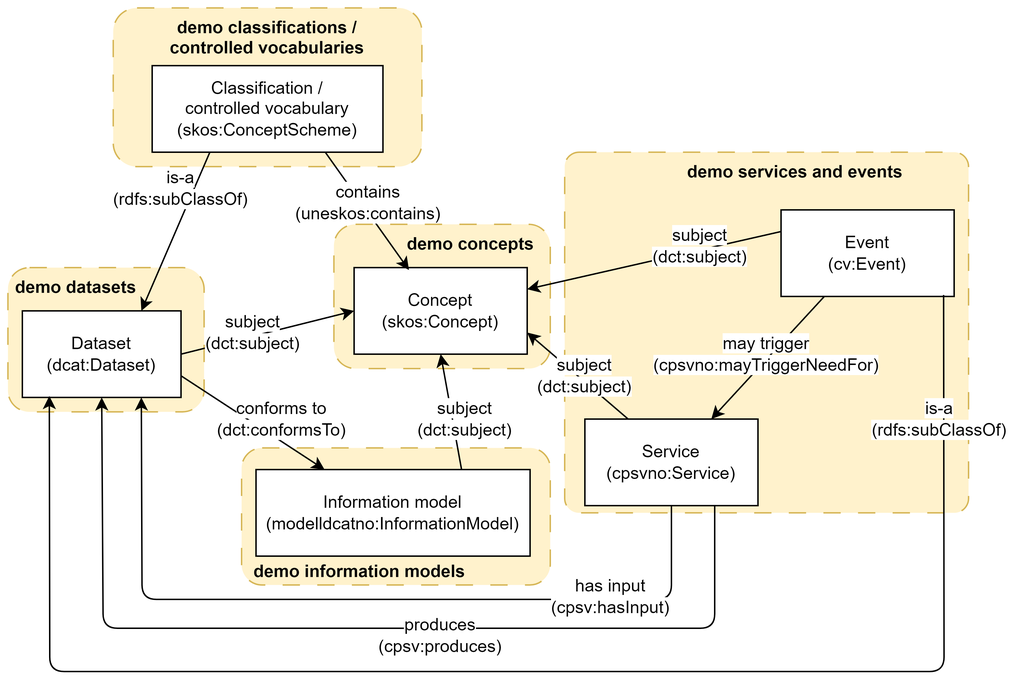
Earlier version of the draw.io export docs/images/crossreferencing-between-showrooms.png (Informasjonsforvaltning/showroom). Source tidied: cells renumbered, new cells last; positions are measured from the earlier drawing's top-left corner, leaving out a move shared by most shapes.
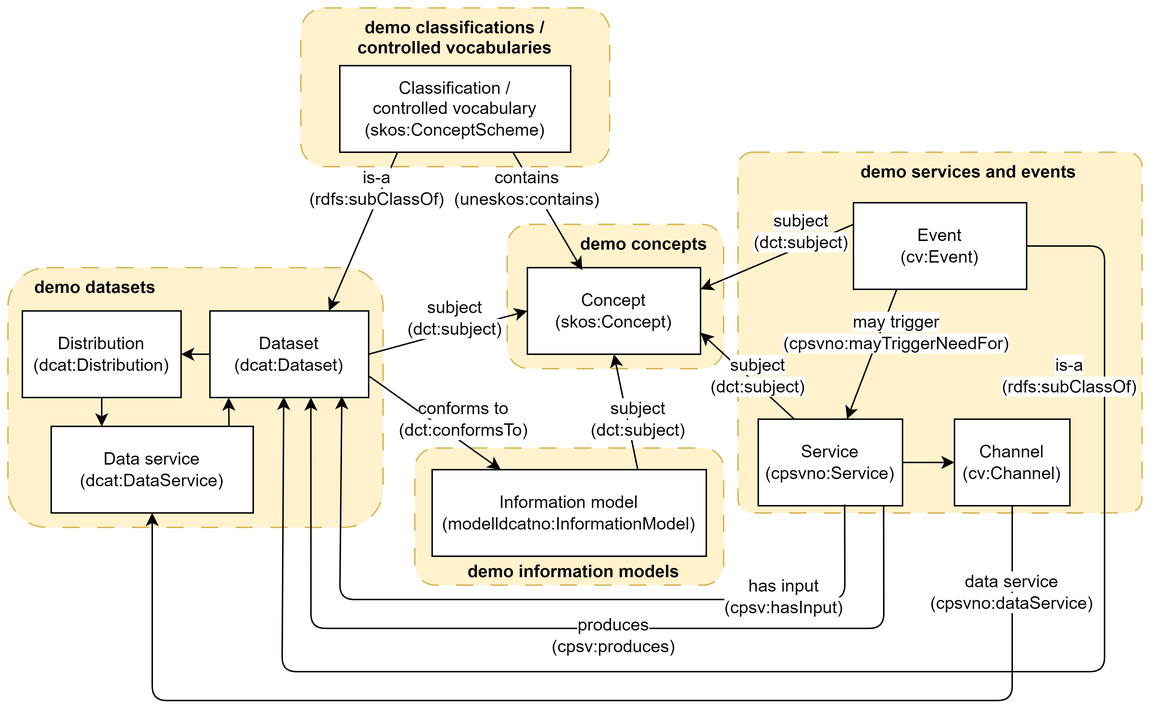
Above is the later version.

Commit message:
Closes #4 (API bør tas med )

The edit, as a diff of the source:
```diff
@@ -3,118 +3,153 @@
     <mxCell id="0" />
     <mxCell id="1" parent="0" />
     <mxCell id="2" value="&lt;b&gt;&amp;nbsp; &amp;nbsp; &amp;nbsp; &amp;nbsp; &amp;nbsp; &amp;nbsp; demo services and events&lt;/b&gt;" style="rounded=1;whiteSpace=wrap;html=1;dashed=1;dashPattern=12 12;verticalAlign=top;fillColor=#fff2cc;strokeColor=#d6b656;arcSize=4;" parent="1" vertex="1">
-      <mxGeometry x="386" y="100" width="280" height="250" as="geometry" />
+      <mxGeometry x="462" y="-30" width="280" height="250" as="geometry" />
     </mxCell>
-    <mxCell id="3" value="&lt;b&gt;&amp;nbsp;demo datasets&lt;/b&gt;" style="rounded=1;whiteSpace=wrap;html=1;dashed=1;dashPattern=12 12;verticalAlign=top;fillColor=#fff2cc;strokeColor=#d6b656;align=left;" parent="1" vertex="1">
-      <mxGeometry y="180" width="136" height="100" as="geometry" />
+    <mxCell id="3" value="&lt;b&gt;&amp;nbsp; &amp;nbsp; &amp;nbsp;demo datasets&lt;/b&gt;" style="rounded=1;whiteSpace=wrap;html=1;dashed=1;dashPattern=12 12;verticalAlign=top;fillColor=#fff2cc;strokeColor=#d6b656;align=left;" parent="1" vertex="1">
+      <mxGeometry x="-44" y="50" width="260" height="180" as="geometry" />
     </mxCell>
-    <mxCell id="4" value="&lt;b&gt;&amp;nbsp; demo information models&lt;/b&gt;" style="rounded=1;whiteSpace=wrap;html=1;dashed=1;dashPattern=12 12;verticalAlign=bottom;labelBackgroundColor=none;fillColor=#fff2cc;strokeColor=#d6b656;align=left;" parent="1" vertex="1">
-      <mxGeometry x="162" y="305" width="214" height="95" as="geometry" />
+    <mxCell id="4" value="&lt;b&gt;&amp;nbsp; demo information models&lt;/b&gt;" style="rounded=1;whiteSpace=wrap;html=1;dashed=1;dashPattern=12 12;verticalAlign=bottom;labelBackgroundColor=none;fillColor=#fff2cc;strokeColor=#d6b656;align=center;" parent="1" vertex="1">
+      <mxGeometry x="238" y="175" width="214" height="95" as="geometry" />
     </mxCell>
     <mxCell id="5" value="&lt;b&gt;&amp;nbsp; &amp;nbsp; &amp;nbsp; &amp;nbsp; &amp;nbsp; &amp;nbsp; demo concepts&lt;/b&gt;" style="rounded=1;whiteSpace=wrap;html=1;dashed=1;dashPattern=12 12;verticalAlign=top;fillColor=#fff2cc;strokeColor=#d6b656;" parent="1" vertex="1">
-      <mxGeometry x="226" y="150" width="150" height="100" as="geometry" />
+      <mxGeometry x="302" y="20" width="150" height="100" as="geometry" />
     </mxCell>
     <mxCell id="6" value="&lt;b&gt;demo classifications / &lt;br&gt;controlled vocabularies&lt;/b&gt;" style="rounded=1;whiteSpace=wrap;html=1;dashed=1;dashPattern=12 12;verticalAlign=top;labelBackgroundColor=none;fillColor=#fff2cc;strokeColor=#d6b656;" parent="1" vertex="1">
-      <mxGeometry x="73" width="214" height="110" as="geometry" />
+      <mxGeometry x="159" y="-130" width="214" height="110" as="geometry" />
     </mxCell>
     <mxCell id="7" value="Classification / &lt;br&gt;controlled vocabulary&lt;br&gt;(skos:ConceptScheme)" style="rounded=0;whiteSpace=wrap;html=1;" parent="1" vertex="1">
-      <mxGeometry x="100" y="40" width="160" height="60" as="geometry" />
+      <mxGeometry x="186" y="-90" width="160" height="60" as="geometry" />
     </mxCell>
     <mxCell id="8" value="Concept&lt;br&gt;(skos:Concept)" style="rounded=0;whiteSpace=wrap;html=1;" parent="1" vertex="1">
-      <mxGeometry x="240" y="180" width="120" height="60" as="geometry" />
+      <mxGeometry x="316" y="50" width="120" height="60" as="geometry" />
     </mxCell>
     <mxCell id="9" style="endArrow=classic;html=1;rounded=0;exitX=0.75;exitY=1;exitDx=0;exitDy=0;entryX=0.317;entryY=0.028;entryDx=0;entryDy=0;entryPerimeter=0;" parent="1" edge="1" source="7" target="8">
       <mxGeometry relative="1" as="geometry" />
     </mxCell>
     <mxCell id="10" value="contains&lt;br&gt;(uneskos:contains)" style="text;html=1;strokeColor=none;fillColor=none;align=center;verticalAlign=middle;whiteSpace=wrap;rounded=0;labelBackgroundColor=default;" parent="1" vertex="1">
-      <mxGeometry x="220" y="120" width="60" height="30" as="geometry" />
+      <mxGeometry x="286" y="-20" width="60" height="30" as="geometry" />
     </mxCell>
     <mxCell id="11" value="Dataset&lt;br&gt;(dcat:Dataset)" style="rounded=0;whiteSpace=wrap;html=1;" parent="1" vertex="1">
-      <mxGeometry x="10" y="210" width="110" height="60" as="geometry" />
+      <mxGeometry x="96" y="80" width="110" height="60" as="geometry" />
     </mxCell>
     <mxCell id="12" style="endArrow=classic;html=1;rounded=0;entryX=0.75;entryY=0;entryDx=0;entryDy=0;endFill=1;exitX=0.25;exitY=1;exitDx=0;exitDy=0;" parent="1" edge="1" source="7" target="11">
       <mxGeometry relative="1" as="geometry" />
     </mxCell>
     <mxCell id="13" value="Information model&lt;br&gt;(modelldcatno:InformationModel)" style="rounded=0;whiteSpace=wrap;html=1;" parent="1" vertex="1">
-      <mxGeometry x="172" y="320" width="190" height="60" as="geometry" />
+      <mxGeometry x="250" y="190" width="190" height="60" as="geometry" />
     </mxCell>
     <mxCell id="14" style="endArrow=classic;html=1;rounded=0;exitX=1;exitY=0.75;exitDx=0;exitDy=0;entryX=0.25;entryY=0;entryDx=0;entryDy=0;" parent="1" edge="1" source="11" target="13">
       <mxGeometry relative="1" as="geometry" />
     </mxCell>
     <mxCell id="15" value="&lt;span style=&quot;background-color: rgb(255, 255, 255);&quot;&gt;conforms to&lt;br&gt;(dct:conformsTo)&lt;/span&gt;" style="text;html=1;strokeColor=none;fillColor=none;align=center;verticalAlign=middle;whiteSpace=wrap;rounded=0;labelBackgroundColor=none;" parent="1" vertex="1">
-      <mxGeometry x="160" y="270" width="60" height="30" as="geometry" />
+      <mxGeometry x="242" y="140" width="60" height="30" as="geometry" />
     </mxCell>
     <mxCell id="16" style="endArrow=classic;html=1;rounded=0;exitX=1;exitY=0.5;exitDx=0;exitDy=0;entryX=0;entryY=0.5;entryDx=0;entryDy=0;" parent="1" edge="1" source="11" target="8">
       <mxGeometry relative="1" as="geometry" />
     </mxCell>
     <mxCell id="17" value="&lt;span style=&quot;background-color: rgb(255, 255, 255);&quot;&gt;subject&lt;br&gt;(dct:subject)&lt;/span&gt;" style="text;html=1;strokeColor=none;fillColor=none;align=center;verticalAlign=middle;whiteSpace=wrap;rounded=0;labelBackgroundColor=none;" parent="1" vertex="1">
-      <mxGeometry x="140" y="210" width="60" height="30" as="geometry" />
+      <mxGeometry x="236" y="70" width="60" height="30" as="geometry" />
     </mxCell>
     <mxCell id="18" value="&lt;span style=&quot;background-color: rgb(255, 255, 255);&quot;&gt;is-a&lt;br&gt;(rdfs:subClassOf)&lt;/span&gt;" style="text;html=1;strokeColor=none;fillColor=none;align=center;verticalAlign=middle;whiteSpace=wrap;rounded=0;labelBackgroundColor=none;" parent="1" vertex="1">
-      <mxGeometry x="90" y="110" width="60" height="30" as="geometry" />
+      <mxGeometry x="182" y="-20" width="60" height="30" as="geometry" />
     </mxCell>
     <mxCell id="19" style="endArrow=classic;html=1;rounded=0;exitX=0.75;exitY=0;exitDx=0;exitDy=0;entryX=0.5;entryY=1;entryDx=0;entryDy=0;" parent="1" edge="1" source="13" target="8">
       <mxGeometry relative="1" as="geometry" />
     </mxCell>
     <mxCell id="20" value="&lt;span style=&quot;background-color: rgb(255, 255, 255);&quot;&gt;subject&lt;br&gt;(dct:subject)&lt;/span&gt;" style="text;html=1;strokeColor=none;fillColor=none;align=center;verticalAlign=middle;whiteSpace=wrap;rounded=0;labelBackgroundColor=none;" parent="1" vertex="1">
-      <mxGeometry x="287" y="270" width="60" height="30" as="geometry" />
+      <mxGeometry x="363" y="140" width="60" height="30" as="geometry" />
     </mxCell>
     <mxCell id="21" value="Service&lt;br&gt;(cpsvno:Service)" style="rounded=0;whiteSpace=wrap;html=1;" parent="1" vertex="1">
-      <mxGeometry x="400" y="285" width="120" height="60" as="geometry" />
+      <mxGeometry x="476" y="155" width="100" height="60" as="geometry" />
     </mxCell>
     <mxCell id="22" value="Event&lt;br&gt;(cv:Event)" style="rounded=0;whiteSpace=wrap;html=1;" parent="1" vertex="1">
-      <mxGeometry x="536" y="140" width="120" height="60" as="geometry" />
+      <mxGeometry x="542" y="5" width="120" height="60" as="geometry" />
     </mxCell>
     <mxCell id="23" style="endArrow=classic;html=1;rounded=0;exitX=0.25;exitY=1;exitDx=0;exitDy=0;" parent="1" edge="1" source="22" target="21">
       <mxGeometry relative="1" as="geometry" />
     </mxCell>
     <mxCell id="24" value="&lt;span style=&quot;background-color: rgb(255, 255, 255);&quot;&gt;may trigger&lt;br&gt;(cpsvno:mayTriggerNeedFor)&lt;/span&gt;" style="text;html=1;strokeColor=none;fillColor=none;align=center;verticalAlign=middle;whiteSpace=wrap;rounded=0;labelBackgroundColor=none;" parent="1" vertex="1">
-      <mxGeometry x="496" y="225" width="60" height="30" as="geometry" />
+      <mxGeometry x="542" y="80" width="60" height="30" as="geometry" />
     </mxCell>
     <mxCell id="25" style="endArrow=classic;html=1;rounded=0;exitX=0;exitY=0.25;exitDx=0;exitDy=0;entryX=1;entryY=0.25;entryDx=0;entryDy=0;" parent="1" edge="1" source="22" target="8">
       <mxGeometry relative="1" as="geometry" />
     </mxCell>
     <mxCell id="26" value="&lt;span style=&quot;background-color: rgb(255, 255, 255);&quot;&gt;subject&lt;br&gt;(dct:subject)&lt;/span&gt;" style="text;html=1;strokeColor=none;fillColor=none;align=center;verticalAlign=middle;whiteSpace=wrap;rounded=0;labelBackgroundColor=none;" parent="1" vertex="1">
-      <mxGeometry x="450" y="150" width="60" height="30" as="geometry" />
+      <mxGeometry x="476" y="10" width="60" height="30" as="geometry" />
     </mxCell>
     <mxCell id="27" style="endArrow=classic;html=1;rounded=0;exitX=0.25;exitY=0;exitDx=0;exitDy=0;entryX=1;entryY=0.75;entryDx=0;entryDy=0;" parent="1" edge="1" source="21" target="8">
       <mxGeometry relative="1" as="geometry" />
     </mxCell>
     <mxCell id="28" value="&lt;span style=&quot;background-color: rgb(255, 255, 255);&quot;&gt;subject&lt;br&gt;(dct:subject)&lt;/span&gt;" style="text;html=1;strokeColor=none;fillColor=none;align=center;verticalAlign=middle;whiteSpace=wrap;rounded=0;labelBackgroundColor=none;" parent="1" vertex="1">
-      <mxGeometry x="370" y="240" width="60" height="30" as="geometry" />
+      <mxGeometry x="446" y="110" width="60" height="30" as="geometry" />
     </mxCell>
-    <mxCell id="29" style="endArrow=classic;html=1;rounded=1;entryX=0.5;entryY=1;entryDx=0;entryDy=0;exitX=0.75;exitY=1;exitDx=0;exitDy=0;" parent="1" edge="1" source="21" target="11">
+    <mxCell id="29" style="endArrow=classic;html=1;rounded=1;exitX=0.869;exitY=0.995;exitDx=0;exitDy=0;exitPerimeter=0;entryX=0.636;entryY=1;entryDx=0;entryDy=0;entryPerimeter=0;" parent="1" edge="1" source="21" target="11">
       <mxGeometry relative="1" as="geometry">
         <Array as="points">
-          <mxPoint x="490" y="430" />
-          <mxPoint x="66" y="430" />
+          <mxPoint x="563" y="300" />
+          <mxPoint x="166" y="300" />
         </Array>
       </mxGeometry>
     </mxCell>
-    <mxCell id="30" style="endArrow=classic;html=1;rounded=1;entryX=0.75;entryY=1;entryDx=0;entryDy=0;exitX=0.5;exitY=1;exitDx=0;exitDy=0;" parent="1" edge="1" source="21" target="11">
+    <mxCell id="30" style="endArrow=classic;html=1;rounded=1;entryX=0.831;entryY=0.984;entryDx=0;entryDy=0;exitX=0.599;exitY=0.986;exitDx=0;exitDy=0;entryPerimeter=0;exitPerimeter=0;" parent="1" edge="1" source="21" target="11">
       <mxGeometry relative="1" as="geometry">
         <Array as="points">
-          <mxPoint x="460" y="410" />
-          <mxPoint x="93" y="410" />
+          <mxPoint x="536" y="280" />
+          <mxPoint x="186" y="280" />
         </Array>
       </mxGeometry>
     </mxCell>
     <mxCell id="31" value="&lt;span style=&quot;background-color: rgb(255, 255, 255);&quot;&gt;has input&lt;br&gt;(cpsv:hasInput)&lt;/span&gt;" style="text;html=1;strokeColor=none;fillColor=none;align=center;verticalAlign=middle;whiteSpace=wrap;rounded=0;labelBackgroundColor=none;" parent="1" vertex="1">
-      <mxGeometry x="388" y="393" width="60" height="30" as="geometry" />
+      <mxGeometry x="464" y="263" width="60" height="30" as="geometry" />
     </mxCell>
     <mxCell id="32" value="&lt;span style=&quot;background-color: rgb(255, 255, 255);&quot;&gt;produces&lt;br&gt;(cpsv:produces)&lt;/span&gt;" style="text;html=1;strokeColor=none;fillColor=none;align=center;verticalAlign=middle;whiteSpace=wrap;rounded=0;labelBackgroundColor=none;" parent="1" vertex="1">
-      <mxGeometry x="270" y="420" width="60" height="30" as="geometry" />
+      <mxGeometry x="346" y="290" width="60" height="30" as="geometry" />
     </mxCell>
-    <mxCell id="33" style="endArrow=classic;html=1;rounded=1;entryX=0.17;entryY=0.983;entryDx=0;entryDy=0;exitX=0.939;exitY=0.983;exitDx=0;exitDy=0;exitPerimeter=0;entryPerimeter=0;endFill=1;" parent="1" edge="1" source="22" target="11">
+    <mxCell id="33" style="endArrow=classic;html=1;rounded=1;endFill=1;entryX=0.465;entryY=0.992;entryDx=0;entryDy=0;entryPerimeter=0;exitX=1;exitY=0.5;exitDx=0;exitDy=0;" parent="1" edge="1" source="22" target="11">
       <mxGeometry relative="1" as="geometry">
         <Array as="points">
-          <mxPoint x="649" y="460" />
-          <mxPoint x="29" y="460" />
+          <mxPoint x="716" y="35" />
+          <mxPoint x="716" y="330" />
+          <mxPoint x="146" y="330" />
         </Array>
       </mxGeometry>
     </mxCell>
     <mxCell id="34" value="&lt;span style=&quot;background-color: rgb(255, 255, 255);&quot;&gt;is-a&lt;br&gt;(rdfs:subClassOf)&lt;/span&gt;" style="text;html=1;strokeColor=none;fillColor=none;align=center;verticalAlign=middle;whiteSpace=wrap;rounded=0;labelBackgroundColor=none;" parent="1" vertex="1">
-      <mxGeometry x="616" y="270" width="60" height="30" as="geometry" />
+      <mxGeometry x="662" y="110" width="60" height="30" as="geometry" />
     </mxCell>
+    <mxCell id="35" value="Distribution&lt;br&gt;(dcat:Distribution)" style="rounded=0;whiteSpace=wrap;html=1;" parent="1" vertex="1">
+      <mxGeometry x="-34" y="80" width="110" height="60" as="geometry" />
+    </mxCell>
+    <mxCell id="36" value="Data service&lt;br&gt;(dcat:DataService)" style="rounded=0;whiteSpace=wrap;html=1;" parent="1" vertex="1">
+      <mxGeometry x="-14" y="160" width="140" height="60" as="geometry" />
+    </mxCell>
+    <mxCell id="37" style="endArrow=classic;html=1;rounded=0;entryX=1;entryY=0.5;entryDx=0;entryDy=0;exitX=0;exitY=0.5;exitDx=0;exitDy=0;" parent="1" edge="1" source="11" target="35">
+      <mxGeometry relative="1" as="geometry" />
+    </mxCell>
+    <mxCell id="38" style="endArrow=classic;html=1;rounded=0;entryX=0.25;entryY=0;entryDx=0;entryDy=0;exitX=0.5;exitY=1;exitDx=0;exitDy=0;" parent="1" edge="1" source="35" target="36">
+      <mxGeometry relative="1" as="geometry" />
+    </mxCell>
+    <mxCell id="39" style="endArrow=classic;html=1;rounded=0;exitX=0.88;exitY=-0.01;exitDx=0;exitDy=0;exitPerimeter=0;" parent="1" edge="1" source="36">
+      <mxGeometry relative="1" as="geometry">
+        <mxPoint x="109" y="140" as="targetPoint" />
+      </mxGeometry>
+    </mxCell>
+    <mxCell id="40" value="Channel&lt;br&gt;(cv:Channel)" style="rounded=0;whiteSpace=wrap;html=1;" parent="1" vertex="1">
+      <mxGeometry x="612" y="155" width="80" height="60" as="geometry" />
+    </mxCell>
+    <mxCell id="41" style="endArrow=classic;html=1;rounded=1;exitX=0.5;exitY=1;exitDx=0;exitDy=0;" parent="1" edge="1" source="40" target="36">
+      <mxGeometry relative="1" as="geometry">
+        <Array as="points">
+          <mxPoint x="652" y="350" />
+          <mxPoint x="56" y="350" />
+        </Array>
+      </mxGeometry>
+    </mxCell>
+    <mxCell id="42" style="endArrow=classic;html=1;rounded=0;entryX=0;entryY=0.5;entryDx=0;entryDy=0;exitX=1;exitY=0.5;exitDx=0;exitDy=0;" parent="1" edge="1" source="21" target="40">
+      <mxGeometry relative="1" as="geometry" />
+    </mxCell>
+    <mxCell id="43" value="&lt;span style=&quot;background-color: rgb(255, 255, 255);&quot;&gt;data service&lt;br&gt;(cpsvno:dataService)&lt;/span&gt;" style="text;html=1;strokeColor=none;fillColor=none;align=center;verticalAlign=middle;whiteSpace=wrap;rounded=0;labelBackgroundColor=none;" parent="1" vertex="1">
+      <mxGeometry x="622" y="260" width="60" height="30" as="geometry" />
+    </mxCell>
   </root>
 </mxGraphModel>
```
